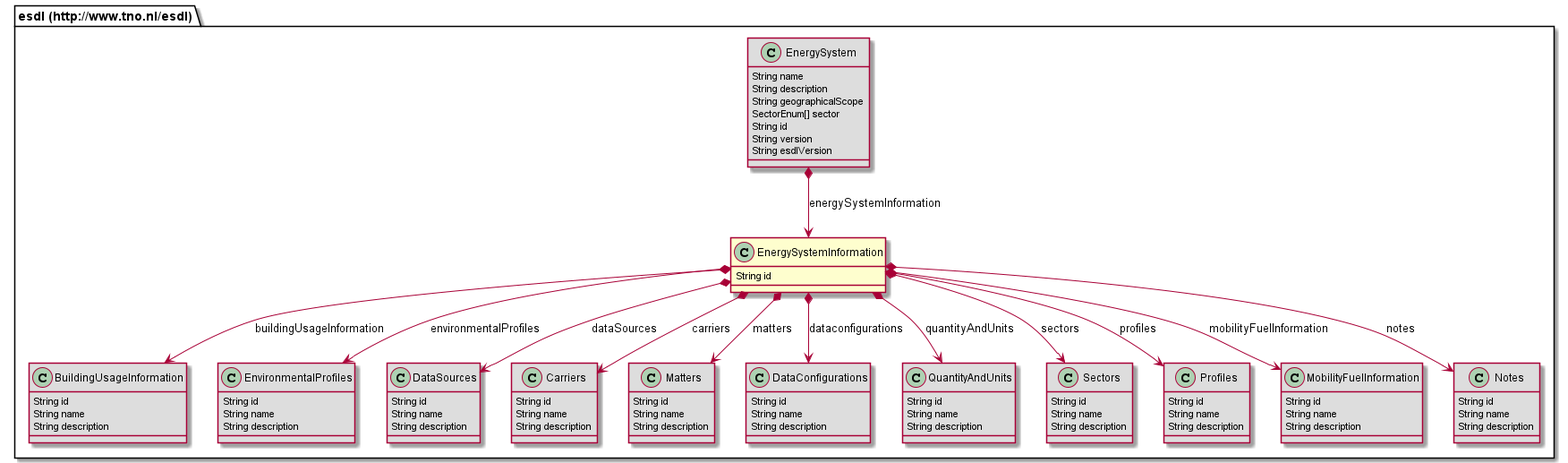
EnergyTransition/energytransition.github.io keeps this PlantUML diagram as 687474703a2f2f7777772e746e6f2e6e6c2f6573646c/EnergySystemInformation.png. Above is the earlier version. Its diagram source:
```plantuml
@startuml
class "esdl (http://www.tno.nl/esdl).EnergySystemInformation" [[#router/doc-content/687474703a2f2f7777772e746e6f2e6e6c2f6573646c/EnergySystemInformation.html{Describes reusable information of the energy system, that other classes can refer to in this energy system, such as carriers, profiles, data sources, quantity and units.}]] {
	String id
}
class "esdl (http://www.tno.nl/esdl).BuildingUsageInformation" [[#router/doc-content/687474703a2f2f7777772e746e6f2e6e6c2f6573646c/BuildingUsageInformation.html{Part of Energy System Information that specifies generic building usage information that can be referenced from multiple individual buildings}]] #DDDDDD {
	String id
	String name
	String description
}
class "esdl (http://www.tno.nl/esdl).EnvironmentalProfiles" [[#router/doc-content/687474703a2f2f7777772e746e6f2e6e6c2f6573646c/EnvironmentalProfiles.html]] #DDDDDD {
	String id
	String name
	String description
}
class "esdl (http://www.tno.nl/esdl).DataSources" [[#router/doc-content/687474703a2f2f7777772e746e6f2e6e6c2f6573646c/DataSources.html{Collection of datasources used in the energy system}]] #DDDDDD {
	String id
	String name
	String description
}
class "esdl (http://www.tno.nl/esdl).Carriers" [[#router/doc-content/687474703a2f2f7777772e746e6f2e6e6c2f6573646c/Carriers.html{Collection of carriers as part of the Energy System Information. }]] #DDDDDD {
	String id
	String name
	String description
}
class "esdl (http://www.tno.nl/esdl).Matters" [[#router/doc-content/687474703a2f2f7777772e746e6f2e6e6c2f6573646c/Matters.html]] #DDDDDD {
	String id
	String name
	String description
}
class "esdl (http://www.tno.nl/esdl).EnergySystem" [[#router/doc-content/687474703a2f2f7777772e746e6f2e6e6c2f6573646c/EnergySystem.html{This is the main class to describe an EnergySystem in ESDL. }]] #DDDDDD {
	String name
	String description
	String geographicalScope
	SectorEnum[] sector
	String id
	String version
	String esdlVersion
}
class "esdl (http://www.tno.nl/esdl).DataConfigurations" [[#router/doc-content/687474703a2f2f7777772e746e6f2e6e6c2f6573646c/DataConfigurations.html{Defines a list of configurations to connect to data tables stored in databases or files for retrieving profile information. }]] #DDDDDD {
	String id
	String name
	String description
}
class "esdl (http://www.tno.nl/esdl).QuantityAndUnits" [[#router/doc-content/687474703a2f2f7777772e746e6f2e6e6c2f6573646c/QuantityAndUnits.html{Collection of QuantityAndUnitTypes defined in the EnergySystemInformation section}]] #DDDDDD {
	String id
	String name
	String description
}
class "esdl (http://www.tno.nl/esdl).Sectors" [[#router/doc-content/687474703a2f2f7777772e746e6f2e6e6c2f6573646c/Sectors.html{Collection of sectors. }]] #DDDDDD {
	String id
	String name
	String description
}
class "esdl (http://www.tno.nl/esdl).Profiles" [[#router/doc-content/687474703a2f2f7777772e746e6f2e6e6c2f6573646c/Profiles.html{Container for profiles in the Energy System Information where other profiles can refer to}]] #DDDDDD {
	String id
	String name
	String description
}
class "esdl (http://www.tno.nl/esdl).MobilityFuelInformation" [[#router/doc-content/687474703a2f2f7777772e746e6f2e6e6c2f6573646c/MobilityFuelInformation.html{Collection of information about vehicles, fuels and efficiency}]] #DDDDDD {
	String id
	String name
	String description
}
class "esdl (http://www.tno.nl/esdl).Notes" [[#router/doc-content/687474703a2f2f7777772e746e6f2e6e6c2f6573646c/Notes.html{Collection of notes that can be added to the map, like postits (with comments in HTML)}]] #DDDDDD {
	String id
	String name
	String description
}
"esdl (http://www.tno.nl/esdl).EnergySystemInformation" *--> "esdl (http://www.tno.nl/esdl).Carriers" : carriers
"esdl (http://www.tno.nl/esdl).EnergySystemInformation" *--> "esdl (http://www.tno.nl/esdl).Profiles" : profiles
"esdl (http://www.tno.nl/esdl).EnergySystemInformation" *--> "esdl (http://www.tno.nl/esdl).DataSources" : dataSources
"esdl (http://www.tno.nl/esdl).EnergySystemInformation" *--> "esdl (http://www.tno.nl/esdl).MobilityFuelInformation" : mobilityFuelInformation
"esdl (http://www.tno.nl/esdl).EnergySystemInformation" *--> "esdl (http://www.tno.nl/esdl).QuantityAndUnits" : quantityAndUnits
"esdl (http://www.tno.nl/esdl).EnergySystemInformation" *--> "esdl (http://www.tno.nl/esdl).Sectors" : sectors
"esdl (http://www.tno.nl/esdl).EnergySystemInformation" *--> "esdl (http://www.tno.nl/esdl).BuildingUsageInformation" : buildingUsageInformation
"esdl (http://www.tno.nl/esdl).EnergySystemInformation" *--> "esdl (http://www.tno.nl/esdl).Notes" : notes
"esdl (http://www.tno.nl/esdl).EnergySystemInformation" *--> "esdl (http://www.tno.nl/esdl).Matters" : matters
"esdl (http://www.tno.nl/esdl).EnergySystemInformation" *--> "esdl (http://www.tno.nl/esdl).EnvironmentalProfiles" : environmentalProfiles
"esdl (http://www.tno.nl/esdl).EnergySystemInformation" *--> "esdl (http://www.tno.nl/esdl).DataConfigurations" : dataconfigurations
"esdl (http://www.tno.nl/esdl).EnergySystem" *--> "esdl (http://www.tno.nl/esdl).EnergySystemInformation" : energySystemInformation
@enduml
```
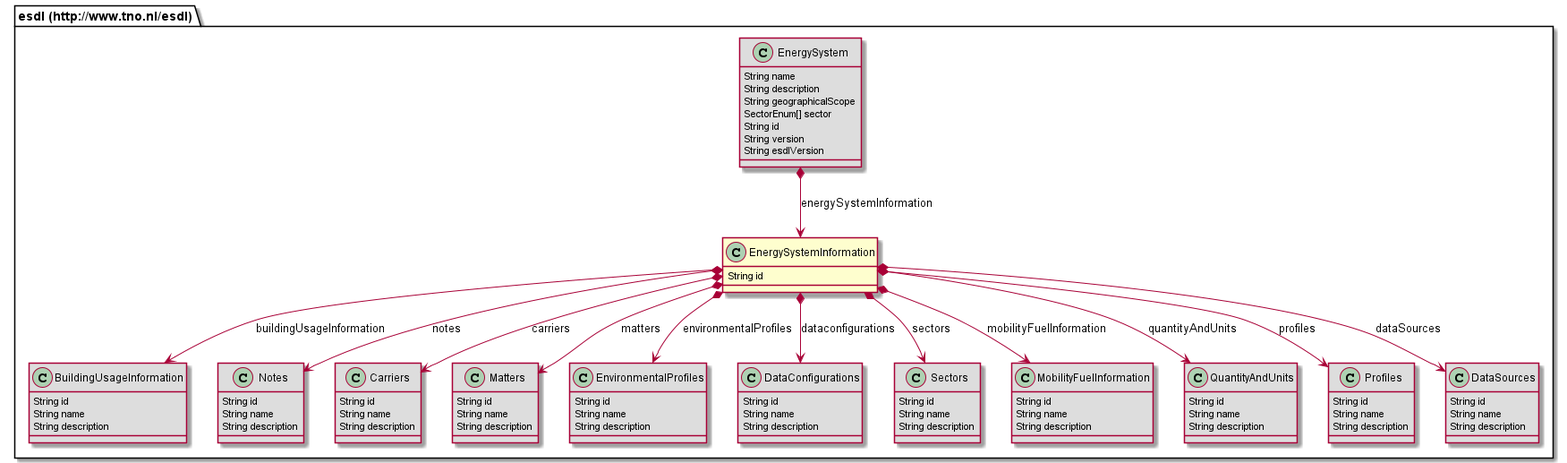
Later version of the same file.

Diff of the diagram source:
```diff
@@ -7,12 +7,7 @@
 	String name
 	String description
 }
-class "esdl (http://www.tno.nl/esdl).EnvironmentalProfiles" [[#router/doc-content/687474703a2f2f7777772e746e6f2e6e6c2f6573646c/EnvironmentalProfiles.html]] #DDDDDD {
-	String id
-	String name
-	String description
-}
-class "esdl (http://www.tno.nl/esdl).DataSources" [[#router/doc-content/687474703a2f2f7777772e746e6f2e6e6c2f6573646c/DataSources.html{Collection of datasources used in the energy system}]] #DDDDDD {
+class "esdl (http://www.tno.nl/esdl).Notes" [[#router/doc-content/687474703a2f2f7777772e746e6f2e6e6c2f6573646c/Notes.html{Collection of notes that can be added to the map, like postits (with comments in HTML)}]] #DDDDDD {
 	String id
 	String name
 	String description
@@ -27,6 +22,31 @@
 	String name
 	String description
 }
+class "esdl (http://www.tno.nl/esdl).EnvironmentalProfiles" [[#router/doc-content/687474703a2f2f7777772e746e6f2e6e6c2f6573646c/EnvironmentalProfiles.html]] #DDDDDD {
+	String id
+	String name
+	String description
+}
+class "esdl (http://www.tno.nl/esdl).DataConfigurations" [[#router/doc-content/687474703a2f2f7777772e746e6f2e6e6c2f6573646c/DataConfigurations.html{Defines a list of configurations to connect to data tables stored in databases or files for retrieving profile information. }]] #DDDDDD {
+	String id
+	String name
+	String description
+}
+class "esdl (http://www.tno.nl/esdl).Sectors" [[#router/doc-content/687474703a2f2f7777772e746e6f2e6e6c2f6573646c/Sectors.html{Collection of sectors. }]] #DDDDDD {
+	String id
+	String name
+	String description
+}
+class "esdl (http://www.tno.nl/esdl).MobilityFuelInformation" [[#router/doc-content/687474703a2f2f7777772e746e6f2e6e6c2f6573646c/MobilityFuelInformation.html{Collection of information about vehicles, fuels and efficiency}]] #DDDDDD {
+	String id
+	String name
+	String description
+}
+class "esdl (http://www.tno.nl/esdl).QuantityAndUnits" [[#router/doc-content/687474703a2f2f7777772e746e6f2e6e6c2f6573646c/QuantityAndUnits.html{Collection of QuantityAndUnitTypes defined in the EnergySystemInformation section}]] #DDDDDD {
+	String id
+	String name
+	String description
+}
 class "esdl (http://www.tno.nl/esdl).EnergySystem" [[#router/doc-content/687474703a2f2f7777772e746e6f2e6e6c2f6573646c/EnergySystem.html{This is the main class to describe an EnergySystem in ESDL. }]] #DDDDDD {
 	String name
 	String description
@@ -36,32 +56,12 @@
 	String version
 	String esdlVersion
 }
-class "esdl (http://www.tno.nl/esdl).DataConfigurations" [[#router/doc-content/687474703a2f2f7777772e746e6f2e6e6c2f6573646c/DataConfigurations.html{Defines a list of configurations to connect to data tables stored in databases or files for retrieving profile information. }]] #DDDDDD {
-	String id
-	String name
-	String description
-}
-class "esdl (http://www.tno.nl/esdl).QuantityAndUnits" [[#router/doc-content/687474703a2f2f7777772e746e6f2e6e6c2f6573646c/QuantityAndUnits.html{Collection of QuantityAndUnitTypes defined in the EnergySystemInformation section}]] #DDDDDD {
-	String id
-	String name
-	String description
-}
-class "esdl (http://www.tno.nl/esdl).Sectors" [[#router/doc-content/687474703a2f2f7777772e746e6f2e6e6c2f6573646c/Sectors.html{Collection of sectors. }]] #DDDDDD {
-	String id
-	String name
-	String description
-}
 class "esdl (http://www.tno.nl/esdl).Profiles" [[#router/doc-content/687474703a2f2f7777772e746e6f2e6e6c2f6573646c/Profiles.html{Container for profiles in the Energy System Information where other profiles can refer to}]] #DDDDDD {
 	String id
 	String name
 	String description
 }
-class "esdl (http://www.tno.nl/esdl).MobilityFuelInformation" [[#router/doc-content/687474703a2f2f7777772e746e6f2e6e6c2f6573646c/MobilityFuelInformation.html{Collection of information about vehicles, fuels and efficiency}]] #DDDDDD {
-	String id
-	String name
-	String description
-}
-class "esdl (http://www.tno.nl/esdl).Notes" [[#router/doc-content/687474703a2f2f7777772e746e6f2e6e6c2f6573646c/Notes.html{Collection of notes that can be added to the map, like postits (with comments in HTML)}]] #DDDDDD {
+class "esdl (http://www.tno.nl/esdl).DataSources" [[#router/doc-content/687474703a2f2f7777772e746e6f2e6e6c2f6573646c/DataSources.html{Collection of datasources used in the energy system}]] #DDDDDD {
 	String id
 	String name
 	String description
```
